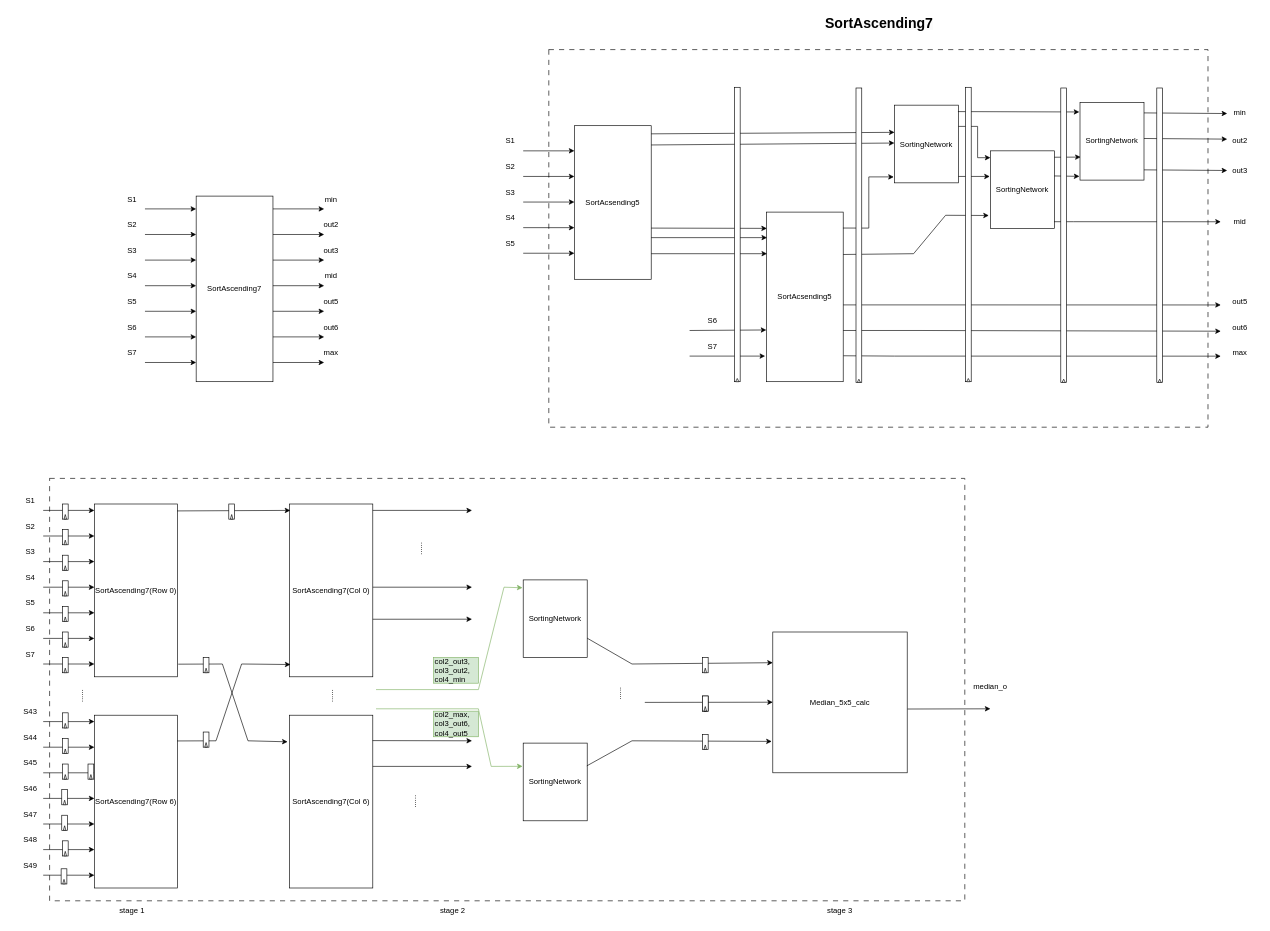
Earlier version of the draw.io diagram Draw/MedianFilterModules/Median7x7Calc.drawio (Hieuueihm/Thesis). Source tidied: cells renumbered, new cells numbered last; positions are measured from the earlier drawing's top-left corner, leaving out a move shared by most shapes. Both pictures are drawn from the tidied source at 64%, with x=0, y=0 at pixel (11, 11).
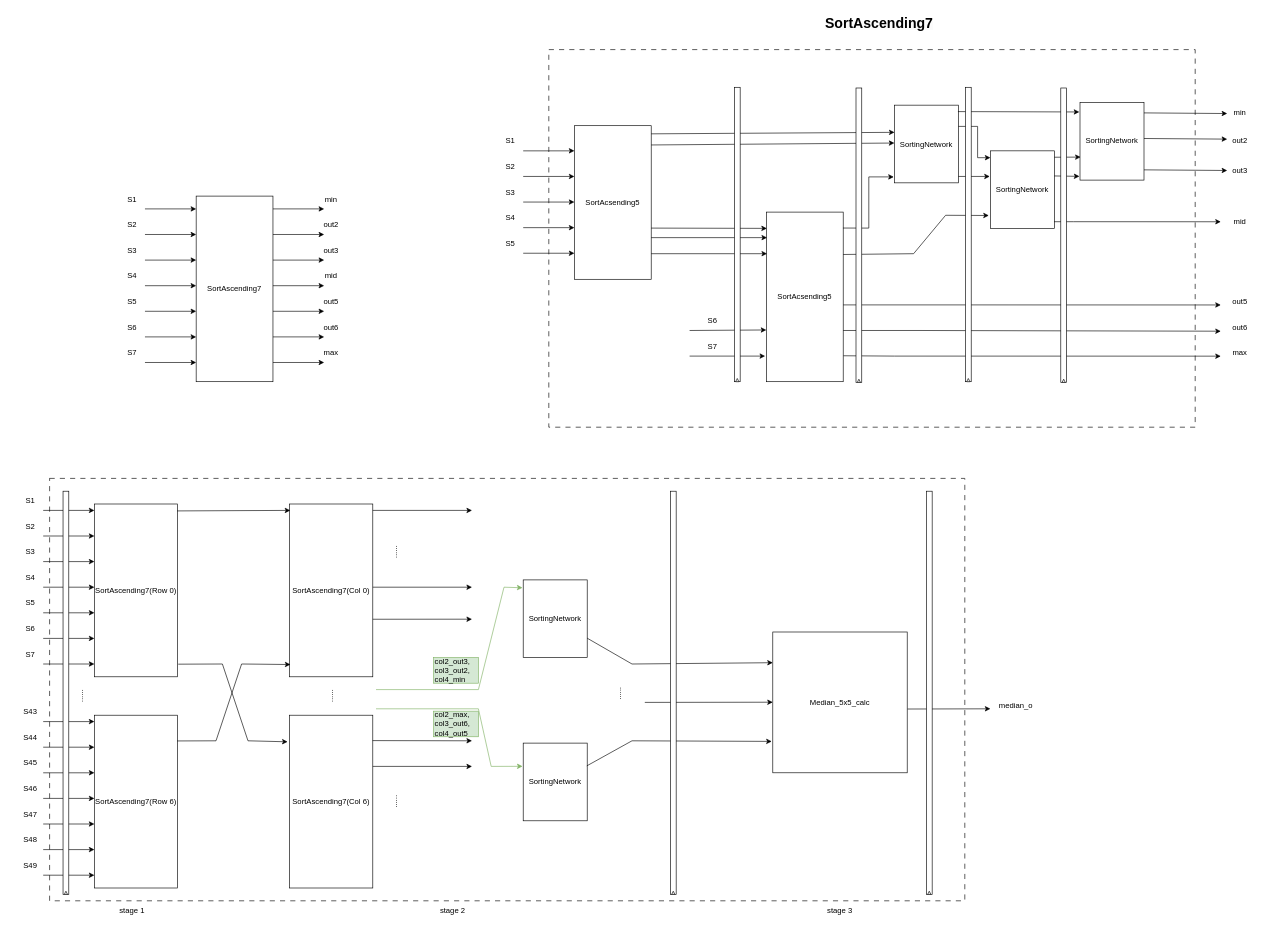
After the change.

The edit, as a diff of the source:
```diff
@@
     <mxCell id="2" style="rounded=0;whiteSpace=wrap;html=1;dashed=1;dashPattern=8 8;" parent="1" vertex="1">
-      <mxGeometry x="840" y="60" width="1030" height="590" as="geometry" />
+      <mxGeometry x="840" y="60" width="1010" height="590" as="geometry" />
     </mxCell>
@@
-    <mxCell id="38" style="group;" parent="1" vertex="1">
-      <mxGeometry x="340" y="770" width="9" height="23.7" as="geometry" />
-    </mxCell>
-    <mxCell id="39" style="rounded=0;whiteSpace=wrap;html=1;" parent="38" vertex="1">
-      <mxGeometry width="9" height="23.7" as="geometry" />
-    </mxCell>
-    <mxCell id="40" style="triangle;whiteSpace=wrap;html=1;rotation=270;" parent="38" vertex="1">
-      <mxGeometry x="1" y="18" width="7" height="4" as="geometry" />
-    </mxCell>
@@
-    <mxCell id="44" style="group;" parent="1" vertex="1">
-      <mxGeometry x="80" y="770" width="9" height="23.7" as="geometry" />
-    </mxCell>
-    <mxCell id="45" style="rounded=0;whiteSpace=wrap;html=1;" parent="44" vertex="1">
-      <mxGeometry width="9" height="23.7" as="geometry" />
-    </mxCell>
-    <mxCell id="46" style="triangle;whiteSpace=wrap;html=1;rotation=270;" parent="44" vertex="1">
-      <mxGeometry x="1" y="18" width="7" height="4" as="geometry" />
-    </mxCell>
-    <mxCell id="47" style="group;" parent="1" vertex="1">
-      <mxGeometry x="80" y="810" width="9" height="23.7" as="geometry" />
-    </mxCell>
-    <mxCell id="48" style="rounded=0;whiteSpace=wrap;html=1;" parent="47" vertex="1">
-      <mxGeometry width="9" height="23.7" as="geometry" />
-    </mxCell>
-    <mxCell id="49" style="triangle;whiteSpace=wrap;html=1;rotation=270;" parent="47" vertex="1">
-      <mxGeometry x="1" y="18" width="7" height="4" as="geometry" />
-    </mxCell>
-    <mxCell id="50" style="group;" parent="1" vertex="1">
-      <mxGeometry x="80" y="850" width="9" height="23.7" as="geometry" />
-    </mxCell>
-    <mxCell id="51" style="rounded=0;whiteSpace=wrap;html=1;" parent="50" vertex="1">
-      <mxGeometry width="9" height="23.7" as="geometry" />
-    </mxCell>
-    <mxCell id="52" style="triangle;whiteSpace=wrap;html=1;rotation=270;" parent="50" vertex="1">
-      <mxGeometry x="1" y="18" width="7" height="4" as="geometry" />
-    </mxCell>
-    <mxCell id="53" style="group;" parent="1" vertex="1">
-      <mxGeometry x="80" y="890" width="9" height="23.7" as="geometry" />
-    </mxCell>
-    <mxCell id="54" style="rounded=0;whiteSpace=wrap;html=1;" parent="53" vertex="1">
-      <mxGeometry width="9" height="23.7" as="geometry" />
-    </mxCell>
-    <mxCell id="55" style="triangle;whiteSpace=wrap;html=1;rotation=270;" parent="53" vertex="1">
-      <mxGeometry x="1" y="18" width="7" height="4" as="geometry" />
-    </mxCell>
-    <mxCell id="56" style="group;" parent="1" vertex="1">
-      <mxGeometry x="80" y="930" width="9" height="23.7" as="geometry" />
-    </mxCell>
-    <mxCell id="57" style="rounded=0;whiteSpace=wrap;html=1;" parent="56" vertex="1">
-      <mxGeometry width="9" height="23.7" as="geometry" />
-    </mxCell>
-    <mxCell id="58" style="triangle;whiteSpace=wrap;html=1;rotation=270;" parent="56" vertex="1">
-      <mxGeometry x="1" y="18" width="7" height="4" as="geometry" />
-    </mxCell>
-    <mxCell id="59" style="group;" parent="1" vertex="1">
-      <mxGeometry x="80" y="970" width="9" height="23.7" as="geometry" />
-    </mxCell>
-    <mxCell id="60" style="rounded=0;whiteSpace=wrap;html=1;" parent="59" vertex="1">
-      <mxGeometry width="9" height="23.7" as="geometry" />
-    </mxCell>
-    <mxCell id="61" style="triangle;whiteSpace=wrap;html=1;rotation=270;" parent="59" vertex="1">
-      <mxGeometry x="1" y="18" width="7" height="4" as="geometry" />
-    </mxCell>
-    <mxCell id="62" style="group;" parent="1" vertex="1">
-      <mxGeometry x="80" y="1010" width="9" height="23.7" as="geometry" />
-    </mxCell>
-    <mxCell id="63" style="rounded=0;whiteSpace=wrap;html=1;" parent="62" vertex="1">
-      <mxGeometry width="9" height="23.7" as="geometry" />
-    </mxCell>
-    <mxCell id="64" style="triangle;whiteSpace=wrap;html=1;rotation=270;" parent="62" vertex="1">
-      <mxGeometry x="1" y="18" width="7" height="4" as="geometry" />
-    </mxCell>
-    <mxCell id="65" style="rounded=0;whiteSpace=wrap;html=1;" parent="1" vertex="1">
-      <mxGeometry x="80" y="1096.3" width="9" height="23.7" as="geometry" />
-    </mxCell>
-    <mxCell id="66" style="triangle;whiteSpace=wrap;html=1;rotation=270;" parent="1" vertex="1">
-      <mxGeometry x="81" y="1114.3" width="7" height="4" as="geometry" />
-    </mxCell>
-    <mxCell id="67" style="rounded=0;whiteSpace=wrap;html=1;" parent="1" vertex="1">
-      <mxGeometry x="80" y="1136.3" width="9" height="23.7" as="geometry" />
-    </mxCell>
-    <mxCell id="68" style="triangle;whiteSpace=wrap;html=1;rotation=270;" parent="1" vertex="1">
-      <mxGeometry x="81" y="1154.3" width="7" height="4" as="geometry" />
-    </mxCell>
-    <mxCell id="69" style="rounded=0;whiteSpace=wrap;html=1;" parent="1" vertex="1">
-      <mxGeometry x="80" y="1176.3" width="9" height="23.7" as="geometry" />
-    </mxCell>
-    <mxCell id="70" style="triangle;whiteSpace=wrap;html=1;rotation=270;" parent="1" vertex="1">
-      <mxGeometry x="81" y="1194.3" width="7" height="4" as="geometry" />
-    </mxCell>
-    <mxCell id="71" style="rounded=0;whiteSpace=wrap;html=1;" parent="1" vertex="1">
-      <mxGeometry x="79" y="1216.3" width="9" height="23.7" as="geometry" />
-    </mxCell>
-    <mxCell id="72" style="triangle;whiteSpace=wrap;html=1;rotation=270;" parent="1" vertex="1">
-      <mxGeometry x="80" y="1234.3" width="7" height="4" as="geometry" />
-    </mxCell>
-    <mxCell id="73" style="rounded=0;whiteSpace=wrap;html=1;" parent="1" vertex="1">
-      <mxGeometry x="79" y="1256.3" width="9" height="23.7" as="geometry" />
-    </mxCell>
-    <mxCell id="74" style="triangle;whiteSpace=wrap;html=1;rotation=270;" parent="1" vertex="1">
-      <mxGeometry x="80" y="1274.3" width="7" height="4" as="geometry" />
-    </mxCell>
-    <mxCell id="75" style="rounded=0;whiteSpace=wrap;html=1;" parent="1" vertex="1">
-      <mxGeometry x="120" y="1176.3" width="9" height="23.7" as="geometry" />
-    </mxCell>
-    <mxCell id="76" style="triangle;whiteSpace=wrap;html=1;rotation=270;" parent="1" vertex="1">
-      <mxGeometry x="121" y="1194.3" width="7" height="4" as="geometry" />
-    </mxCell>
-    <mxCell id="77" style="rounded=0;whiteSpace=wrap;html=1;" parent="1" vertex="1">
-      <mxGeometry x="80" y="1296.3" width="9" height="23.7" as="geometry" />
-    </mxCell>
-    <mxCell id="78" style="triangle;whiteSpace=wrap;html=1;rotation=270;" parent="1" vertex="1">
-      <mxGeometry x="81" y="1314.3" width="7" height="4" as="geometry" />
-    </mxCell>
-    <mxCell id="79" style="rounded=0;whiteSpace=wrap;html=1;" parent="1" vertex="1">
-      <mxGeometry x="78" y="1340" width="9" height="23.7" as="geometry" />
-    </mxCell>
-    <mxCell id="80" style="triangle;whiteSpace=wrap;html=1;rotation=270;" parent="1" vertex="1">
-      <mxGeometry x="79" y="1358" width="7" height="4" as="geometry" />
-    </mxCell>
-    <mxCell id="81" style="group;" parent="1" vertex="1">
-      <mxGeometry x="300" y="1010" width="9" height="23.7" as="geometry" />
-    </mxCell>
-    <mxCell id="82" style="rounded=0;whiteSpace=wrap;html=1;" parent="81" vertex="1">
-      <mxGeometry width="9" height="23.7" as="geometry" />
-    </mxCell>
-    <mxCell id="83" style="triangle;whiteSpace=wrap;html=1;rotation=270;" parent="81" vertex="1">
-      <mxGeometry x="1" y="18" width="7" height="4" as="geometry" />
-    </mxCell>
-    <mxCell id="84" style="group;" parent="1" vertex="1">
-      <mxGeometry x="300" y="1126.3" width="9" height="23.7" as="geometry" />
-    </mxCell>
-    <mxCell id="85" style="rounded=0;whiteSpace=wrap;html=1;" parent="84" vertex="1">
-      <mxGeometry width="9" height="23.7" as="geometry" />
-    </mxCell>
-    <mxCell id="86" style="triangle;whiteSpace=wrap;html=1;rotation=270;" parent="84" vertex="1">
-      <mxGeometry x="1" y="18" width="7" height="4" as="geometry" />
-    </mxCell>
@@
     <mxCell id="91" value="median_o" style="text;html=1;align=center;verticalAlign=middle;whiteSpace=wrap;rounded=0;" parent="1" vertex="1">
-      <mxGeometry x="1500" y="1040" width="60" height="30" as="geometry" />
+      <mxGeometry x="1540" y="1070" width="60" height="30" as="geometry" />
     </mxCell>
@@
     <mxCell id="169" value="......" style="text;html=1;align=center;verticalAlign=middle;whiteSpace=wrap;rounded=0;direction=north;rotation=90;" parent="1" vertex="1">
-      <mxGeometry x="620" y="810" width="50" height="60" as="geometry" />
+      <mxGeometry x="580" y="815" width="50" height="60" as="geometry" />
     </mxCell>
     <mxCell id="170" value="......" style="text;html=1;align=center;verticalAlign=middle;whiteSpace=wrap;rounded=0;direction=north;rotation=90;" parent="1" vertex="1">
-      <mxGeometry x="610" y="1205" width="50" height="60" as="geometry" />
+      <mxGeometry x="580" y="1205" width="50" height="60" as="geometry" />
     </mxCell>
@@
-    <mxCell id="181" style="group;" parent="1" vertex="1">
-      <mxGeometry x="1080" y="1010" width="9" height="23.7" as="geometry" />
-    </mxCell>
-    <mxCell id="182" style="rounded=0;whiteSpace=wrap;html=1;" parent="181" vertex="1">
-      <mxGeometry width="9" height="23.7" as="geometry" />
-    </mxCell>
-    <mxCell id="183" style="triangle;whiteSpace=wrap;html=1;rotation=270;" parent="181" vertex="1">
-      <mxGeometry x="1" y="18" width="7" height="4" as="geometry" />
-    </mxCell>
-    <mxCell id="184" style="group;" parent="1" vertex="1">
-      <mxGeometry x="1080" y="1070" width="9" height="23.7" as="geometry" />
-    </mxCell>
-    <mxCell id="185" style="rounded=0;whiteSpace=wrap;html=1;" parent="184" vertex="1">
-      <mxGeometry width="9" height="23.7" as="geometry" />
-    </mxCell>
-    <mxCell id="186" style="triangle;whiteSpace=wrap;html=1;rotation=270;" parent="184" vertex="1">
-      <mxGeometry x="1" y="18" width="7" height="4" as="geometry" />
-    </mxCell>
-    <mxCell id="187" style="group;" parent="1" vertex="1">
-      <mxGeometry x="1080" y="1070" width="9" height="23.7" as="geometry" />
-    </mxCell>
-    <mxCell id="188" style="rounded=0;whiteSpace=wrap;html=1;" parent="187" vertex="1">
-      <mxGeometry width="9" height="23.7" as="geometry" />
-    </mxCell>
-    <mxCell id="189" style="triangle;whiteSpace=wrap;html=1;rotation=270;" parent="187" vertex="1">
-      <mxGeometry x="1" y="18" width="7" height="4" as="geometry" />
-    </mxCell>
-    <mxCell id="190" style="group;rotation=90;" parent="1" vertex="1">
-      <mxGeometry x="1080" y="1130" width="9" height="23.7" as="geometry" />
-    </mxCell>
-    <mxCell id="191" style="rounded=0;whiteSpace=wrap;html=1;" parent="190" vertex="1">
-      <mxGeometry width="9" height="23.7" as="geometry" />
-    </mxCell>
-    <mxCell id="192" style="triangle;whiteSpace=wrap;html=1;rotation=270;" parent="190" vertex="1">
-      <mxGeometry x="1" y="18" width="7" height="4" as="geometry" />
-    </mxCell>
@@
-    <mxCell id="200" style="group;" parent="1" vertex="1">
-      <mxGeometry x="1790" y="120" width="9" height="460" as="geometry" />
-    </mxCell>
-    <mxCell id="201" style="rounded=0;whiteSpace=wrap;html=1;" parent="200" vertex="1">
-      <mxGeometry width="9" height="460" as="geometry" />
-    </mxCell>
-    <mxCell id="202" style="triangle;whiteSpace=wrap;html=1;rotation=270;" parent="200" vertex="1">
-      <mxGeometry x="2" y="455" width="5" height="5" as="geometry" />
-    </mxCell>
@@
+    <mxCell id="212" style="group;" parent="1" vertex="1">
+      <mxGeometry x="81" y="920" width="9" height="460" as="geometry" />
+    </mxCell>
+    <mxCell id="213" style="rounded=0;whiteSpace=wrap;html=1;" parent="212" vertex="1">
+      <mxGeometry y="-170" width="9" height="630" as="geometry" />
+    </mxCell>
+    <mxCell id="214" style="triangle;whiteSpace=wrap;html=1;rotation=270;" parent="212" vertex="1">
+      <mxGeometry x="2" y="455" width="5" height="5" as="geometry" />
+    </mxCell>
+    <mxCell id="215" style="group;" parent="1" vertex="1">
+      <mxGeometry x="1030" y="920" width="9" height="460" as="geometry" />
+    </mxCell>
+    <mxCell id="216" style="rounded=0;whiteSpace=wrap;html=1;" parent="215" vertex="1">
+      <mxGeometry y="-170" width="9" height="630" as="geometry" />
+    </mxCell>
+    <mxCell id="217" style="triangle;whiteSpace=wrap;html=1;rotation=270;" parent="215" vertex="1">
+      <mxGeometry x="2" y="455" width="5" height="5" as="geometry" />
+    </mxCell>
+    <mxCell id="218" style="group;" parent="1" vertex="1">
+      <mxGeometry x="1430" y="920" width="9" height="460" as="geometry" />
+    </mxCell>
+    <mxCell id="219" style="rounded=0;whiteSpace=wrap;html=1;" parent="218" vertex="1">
+      <mxGeometry y="-170" width="9" height="630" as="geometry" />
+    </mxCell>
+    <mxCell id="220" style="triangle;whiteSpace=wrap;html=1;rotation=270;" parent="218" vertex="1">
+      <mxGeometry x="2" y="455" width="5" height="5" as="geometry" />
+    </mxCell>
```
